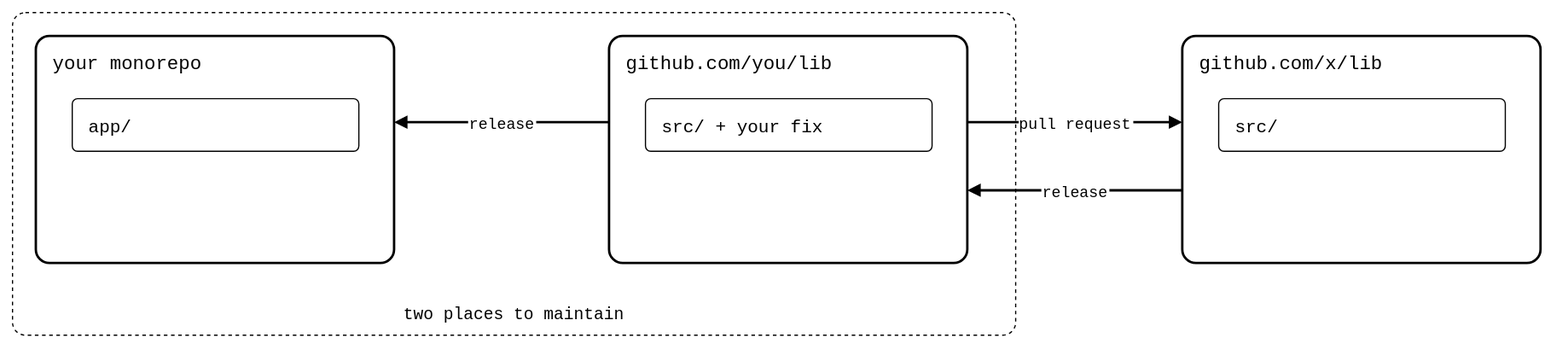
Above: docs/images/readme-workaround.drawio.svg in roschaefer/git-splice (draw.io), before the change. Source tidied: cells renumbered, new cells last; positions are measured from the earlier drawing's top-left corner, leaving out a move shared by most shapes. Source of this version:
```xml
<mxGraphModel background="#ffffff">
  <root>
    <mxCell id="0" />
    <mxCell id="1" parent="0" />
    <mxCell id="2" value="two places to maintain" style="rounded=1;arcSize=4;fillColor=none;dashed=1;strokeWidth=1;fontSize=14;verticalAlign=bottom;spacingBottom=8;fontFamily=Roboto Mono,monospace;" parent="1" vertex="1">
      <mxGeometry width="840" height="270" as="geometry" />
    </mxCell>
    <mxCell id="3" value="your monorepo" style="rounded=1;arcSize=6;fillColor=none;strokeWidth=2;fontSize=16;verticalAlign=top;align=left;spacingLeft=12;spacingTop=6;fontFamily=Roboto Mono,monospace;" parent="1" vertex="1">
      <mxGeometry x="20" y="20" width="300" height="190" as="geometry" />
    </mxCell>
    <mxCell id="4" value="app/" style="rounded=1;arcSize=10;fillColor=none;strokeWidth=1;fontSize=15;align=left;spacingLeft=12;fontFamily=Roboto Mono,monospace;" parent="1" vertex="1">
      <mxGeometry x="50" y="72" width="240" height="44" as="geometry" />
    </mxCell>
    <mxCell id="5" value="github.com/you/lib" style="rounded=1;arcSize=6;fillColor=none;strokeWidth=2;fontSize=16;verticalAlign=top;align=left;spacingLeft=12;spacingTop=6;fontFamily=Roboto Mono,monospace;" parent="1" vertex="1">
      <mxGeometry x="500" y="20" width="300" height="190" as="geometry" />
    </mxCell>
    <mxCell id="6" value="src/  + your fix" style="rounded=1;arcSize=10;fillColor=none;strokeWidth=1;fontSize=15;align=left;spacingLeft=12;fontFamily=Roboto Mono,monospace;" parent="1" vertex="1">
      <mxGeometry x="530" y="72" width="240" height="44" as="geometry" />
    </mxCell>
    <mxCell id="7" value="github.com/x/lib" style="rounded=1;arcSize=6;fillColor=none;strokeWidth=2;fontSize=16;verticalAlign=top;align=left;spacingLeft=12;spacingTop=6;fontFamily=Roboto Mono,monospace;" parent="1" vertex="1">
      <mxGeometry x="980" y="20" width="300" height="190" as="geometry" />
    </mxCell>
    <mxCell id="8" value="src/" style="rounded=1;arcSize=10;fillColor=none;strokeWidth=1;fontSize=15;align=left;spacingLeft=12;fontFamily=Roboto Mono,monospace;" parent="1" vertex="1">
      <mxGeometry x="1010" y="72" width="240" height="44" as="geometry" />
    </mxCell>
    <mxCell id="9" value="release" style="endArrow=block;endFill=1;strokeWidth=2;fontSize=13;labelBackgroundColor=default;exitX=0;exitY=0.38;entryX=1;entryY=0.38;fontFamily=Roboto Mono,monospace;" parent="1" edge="1" source="5" target="3">
      <mxGeometry relative="1" as="geometry" />
    </mxCell>
    <mxCell id="10" value="pull request" style="endArrow=block;endFill=1;strokeWidth=2;fontSize=13;labelBackgroundColor=default;exitX=1;exitY=0.38;entryX=0;entryY=0.38;fontFamily=Roboto Mono,monospace;" parent="1" edge="1" source="5" target="7">
      <mxGeometry relative="1" as="geometry" />
    </mxCell>
    <mxCell id="11" value="release" style="endArrow=block;endFill=1;strokeWidth=2;fontSize=13;labelBackgroundColor=default;exitX=0;exitY=0.68;entryX=1;entryY=0.68;fontFamily=Roboto Mono,monospace;" parent="1" edge="1" source="7" target="5">
      <mxGeometry relative="1" as="geometry" />
    </mxCell>
  </root>
</mxGraphModel>
```
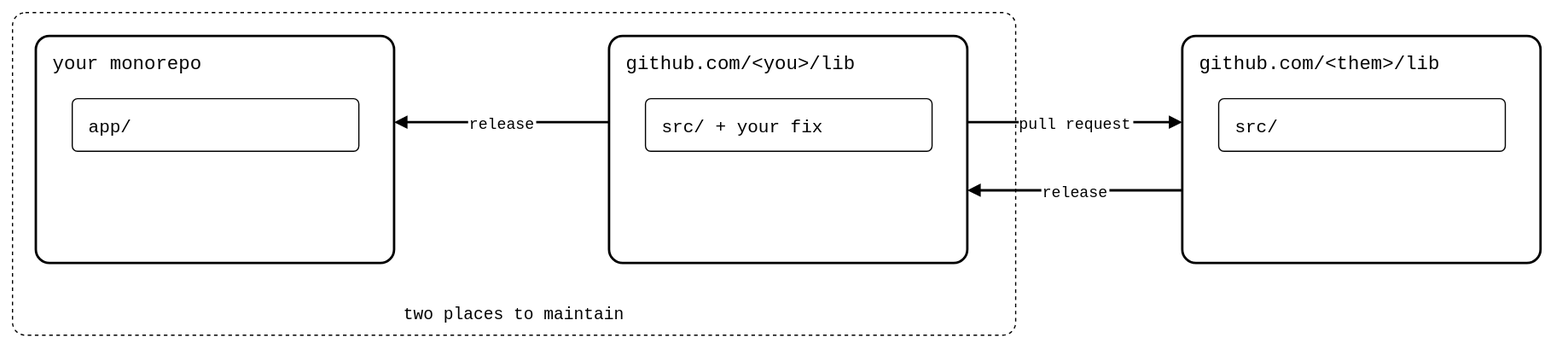
The same diagram one commit later.

The edit, as a diff of the source:
```diff
@@ -11,13 +11,13 @@
     <mxCell id="4" value="app/" style="rounded=1;arcSize=10;fillColor=none;strokeWidth=1;fontSize=15;align=left;spacingLeft=12;fontFamily=Roboto Mono,monospace;" parent="1" vertex="1">
       <mxGeometry x="50" y="72" width="240" height="44" as="geometry" />
     </mxCell>
-    <mxCell id="5" value="github.com/you/lib" style="rounded=1;arcSize=6;fillColor=none;strokeWidth=2;fontSize=16;verticalAlign=top;align=left;spacingLeft=12;spacingTop=6;fontFamily=Roboto Mono,monospace;" parent="1" vertex="1">
+    <mxCell id="5" value="github.com/&lt;you&gt;/lib" style="rounded=1;arcSize=6;fillColor=none;strokeWidth=2;fontSize=16;verticalAlign=top;align=left;spacingLeft=12;spacingTop=6;fontFamily=Roboto Mono,monospace;" parent="1" vertex="1">
       <mxGeometry x="500" y="20" width="300" height="190" as="geometry" />
     </mxCell>
     <mxCell id="6" value="src/  + your fix" style="rounded=1;arcSize=10;fillColor=none;strokeWidth=1;fontSize=15;align=left;spacingLeft=12;fontFamily=Roboto Mono,monospace;" parent="1" vertex="1">
       <mxGeometry x="530" y="72" width="240" height="44" as="geometry" />
     </mxCell>
-    <mxCell id="7" value="github.com/x/lib" style="rounded=1;arcSize=6;fillColor=none;strokeWidth=2;fontSize=16;verticalAlign=top;align=left;spacingLeft=12;spacingTop=6;fontFamily=Roboto Mono,monospace;" parent="1" vertex="1">
+    <mxCell id="7" value="github.com/&lt;them&gt;/lib" style="rounded=1;arcSize=6;fillColor=none;strokeWidth=2;fontSize=16;verticalAlign=top;align=left;spacingLeft=12;spacingTop=6;fontFamily=Roboto Mono,monospace;" parent="1" vertex="1">
       <mxGeometry x="980" y="20" width="300" height="190" as="geometry" />
     </mxCell>
     <mxCell id="8" value="src/" style="rounded=1;arcSize=10;fillColor=none;strokeWidth=1;fontSize=15;align=left;spacingLeft=12;fontFamily=Roboto Mono,monospace;" parent="1" vertex="1">
```
